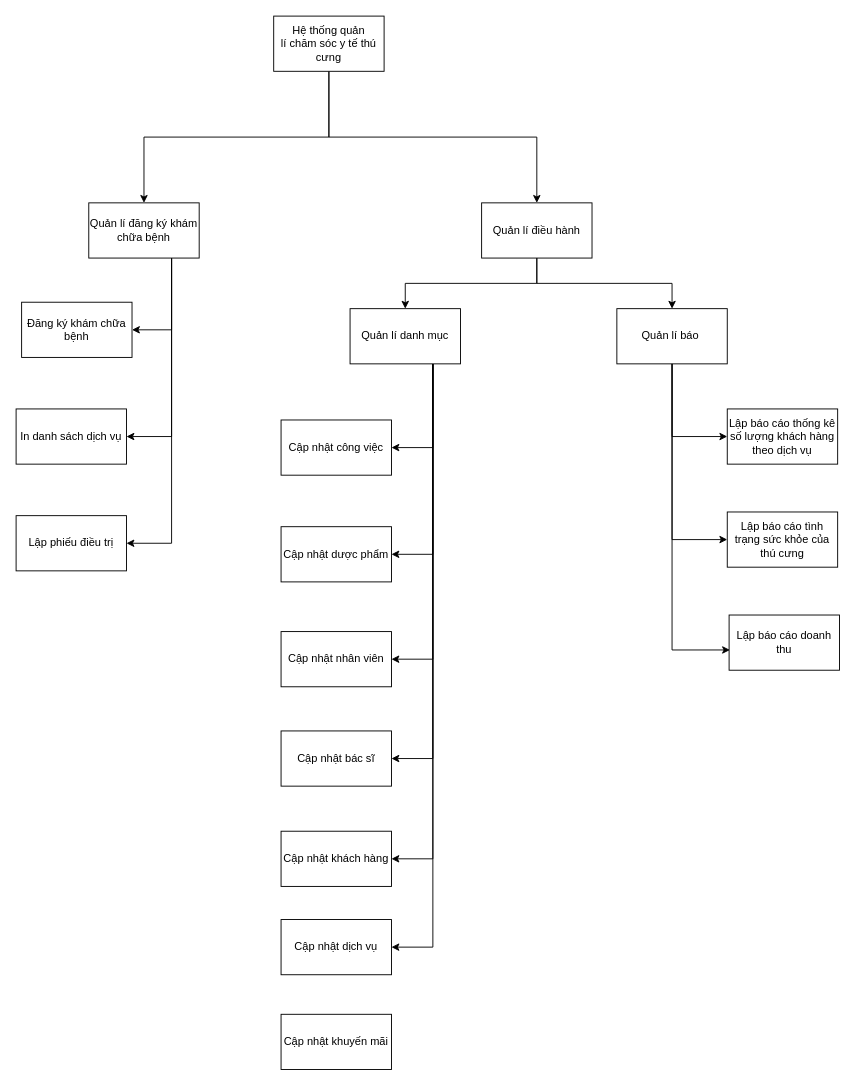
Above: Untitled Diagram.drawio in Neal005/DrawnIO (draw.io), before the change. Source tidied: cells renumbered, new cells numbered last; positions are measured from the earlier drawing's top-left corner, leaving out a move shared by most shapes. Both pictures are drawn from the tidied source at 92%, with x=0, y=0 at pixel (16, 16).
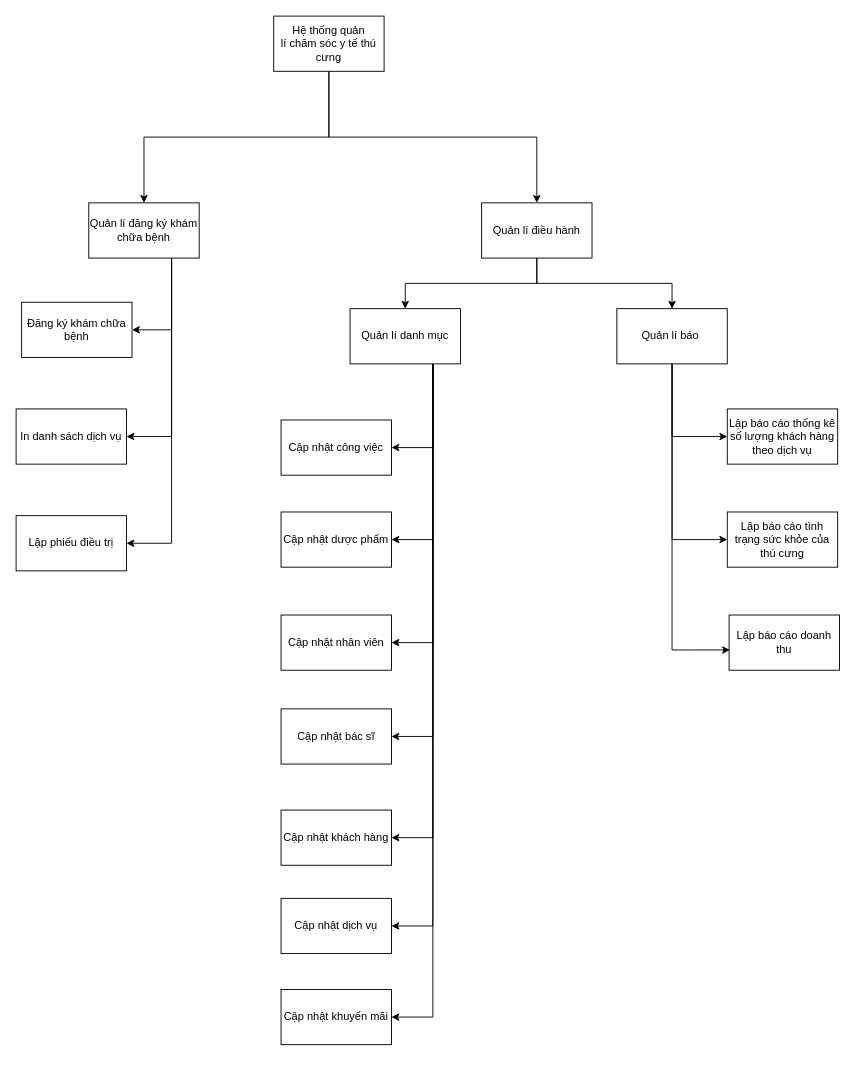
The same page after the edit.

Unchanged cells that the change refers to:
```xml
<mxCell id="21" value="Quản lí danh mục" style="rounded=0;whiteSpace=wrap;html=1;" parent="1" vertex="1">
  <mxGeometry x="363" y="318" width="120" height="60" as="geometry" />
</mxCell>
```

The edit, as a diff of the source:
```diff
@@
+    <mxCell id="36" style="edgeStyle=orthogonalEdgeStyle;rounded=0;jettySize=auto;html=1;exitX=0.75;exitY=1;exitDx=0;exitDy=0;entryX=1;entryY=0.5;entryDx=0;entryDy=0;" parent="1" edge="1" source="21" target="31">
+      <mxGeometry relative="1" as="geometry" />
+    </mxCell>
@@
     <mxCell id="26" value="Cập nhật dược phẩm" style="rounded=0;whiteSpace=wrap;html=1;" parent="1" vertex="1">
-      <mxGeometry x="288" y="555" width="120" height="60" as="geometry" />
+      <mxGeometry x="288" y="539" width="120" height="60" as="geometry" />
     </mxCell>
     <mxCell id="27" value="Cập nhật nhân viên" style="rounded=0;whiteSpace=wrap;html=1;" parent="1" vertex="1">
-      <mxGeometry x="288" y="669" width="120" height="60" as="geometry" />
+      <mxGeometry x="288" y="651" width="120" height="60" as="geometry" />
     </mxCell>
     <mxCell id="28" value="Cập nhật bác sĩ" style="rounded=0;whiteSpace=wrap;html=1;" parent="1" vertex="1">
-      <mxGeometry x="288" y="777" width="120" height="60" as="geometry" />
+      <mxGeometry x="288" y="753" width="120" height="60" as="geometry" />
     </mxCell>
     <mxCell id="29" value="Cập nhật khách hàng" style="rounded=0;whiteSpace=wrap;html=1;" parent="1" vertex="1">
-      <mxGeometry x="288" y="886" width="120" height="60" as="geometry" />
+      <mxGeometry x="288" y="863" width="120" height="60" as="geometry" />
     </mxCell>
     <mxCell id="30" value="Cập nhật dịch vụ" style="rounded=0;whiteSpace=wrap;html=1;" parent="1" vertex="1">
-      <mxGeometry x="288" y="982" width="120" height="60" as="geometry" />
+      <mxGeometry x="288" y="959" width="120" height="60" as="geometry" />
     </mxCell>
     <mxCell id="31" value="Cập nhật khuyến mãi" style="rounded=0;whiteSpace=wrap;html=1;" parent="1" vertex="1">
-      <mxGeometry x="288" y="1085" width="120" height="60" as="geometry" />
+      <mxGeometry x="288" y="1058" width="120" height="60" as="geometry" />
     </mxCell>
```
